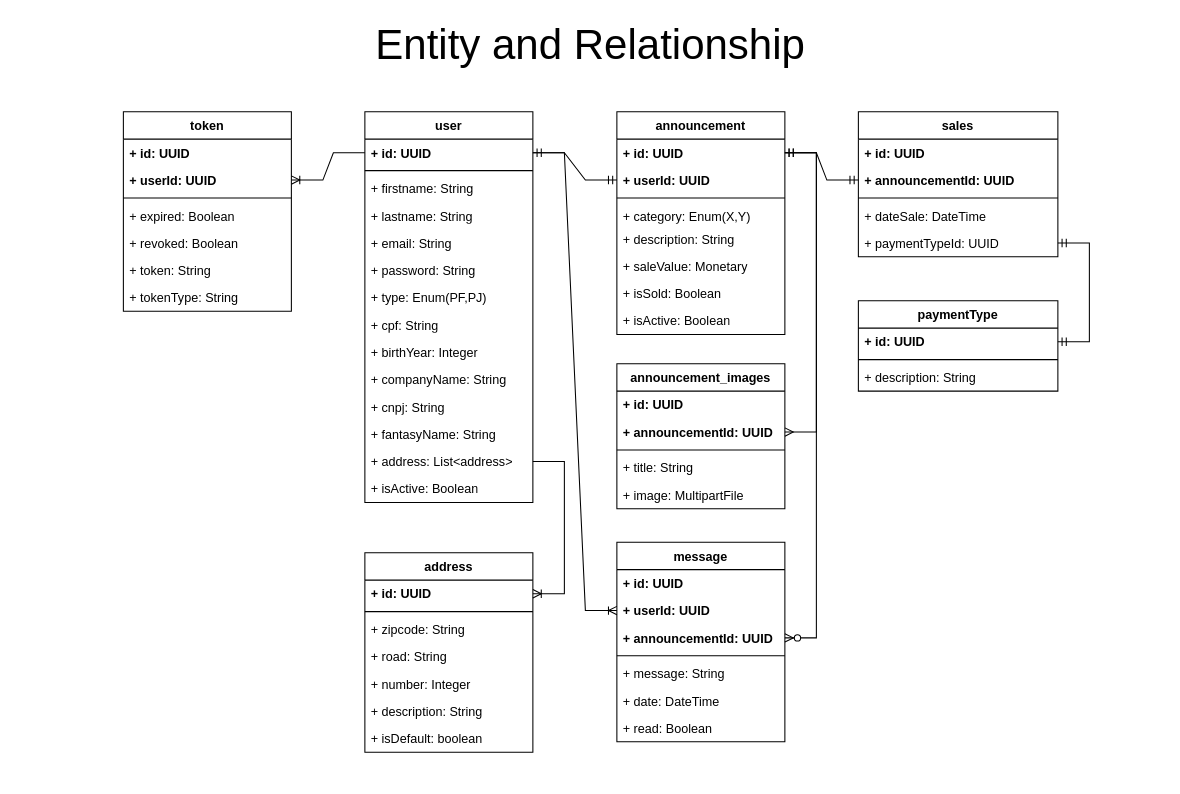
rhdesouza/MinasMarket keeps this draw.io diagram as page "Entity And Relationship" (2 of 3) of MinasMarket.drawio. Above is the earlier version. Source tidied: cells renumbered, new cells numbered last; positions are measured from the earlier drawing's top-left corner, leaving out a move shared by most shapes. Both pictures are drawn from the tidied source at 105%, with x=0, y=0 at pixel (18, 27).
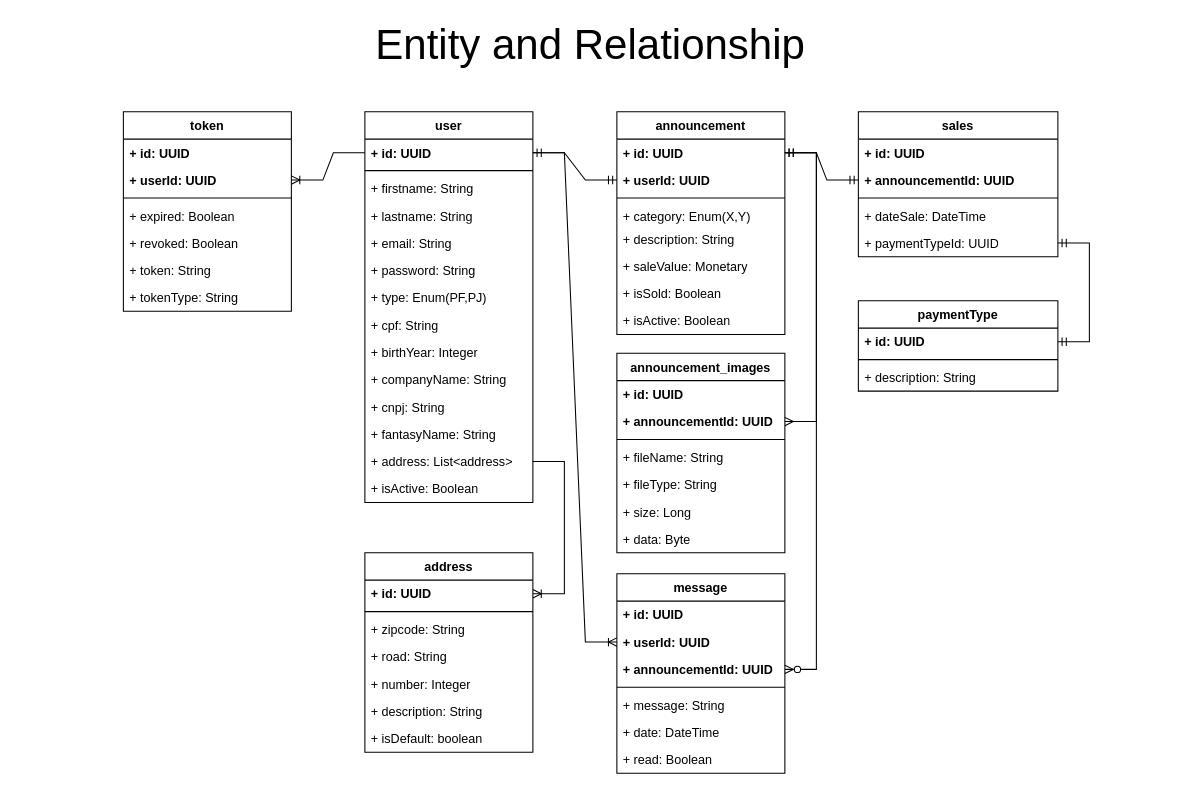
Above is the later version.

What changed in the source:
```diff
@@
     <mxCell id="13" value="message" style="swimlane;fontStyle=1;align=center;verticalAlign=top;horizontal=1;startSize=26;whiteSpace=wrap;html=1;rounded=0;" parent="1" vertex="1">
-      <mxGeometry x="570" y="490" width="160" height="190" as="geometry" />
+      <mxGeometry x="570" y="520" width="160" height="190" as="geometry" />
     </mxCell>
@@
     <mxCell id="69" value="announcement_images" style="swimlane;fontStyle=1;align=center;verticalAlign=top;horizontal=1;startSize=26;whiteSpace=wrap;html=1;rounded=0;" parent="1" vertex="1">
-      <mxGeometry x="570" y="320" width="160" height="138" as="geometry" />
+      <mxGeometry x="570" y="310" width="160" height="190" as="geometry" />
     </mxCell>
@@
-    <mxCell id="73" value="+ title: String" style="text;strokeColor=none;fillColor=none;align=left;verticalAlign=top;spacingLeft=4;spacingRight=4;overflow=hidden;whiteSpace=wrap;html=1;rounded=0;" parent="69" vertex="1">
+    <mxCell id="73" value="+&amp;nbsp;fileName&lt;span style=&quot;background-color: initial;&quot;&gt;: String&lt;/span&gt;" style="text;strokeColor=none;fillColor=none;align=left;verticalAlign=top;spacingLeft=4;spacingRight=4;overflow=hidden;whiteSpace=wrap;html=1;rounded=0;" parent="69" vertex="1">
       <mxGeometry y="86" width="160" height="26" as="geometry" />
     </mxCell>
+    <mxCell id="76" value="+&amp;nbsp;fileType&lt;span style=&quot;background-color: initial;&quot;&gt;: String&lt;/span&gt;" style="text;strokeColor=none;fillColor=none;align=left;verticalAlign=top;spacingLeft=4;spacingRight=4;overflow=hidden;whiteSpace=wrap;html=1;rounded=0;" parent="69" vertex="1">
+      <mxGeometry y="112" width="160" height="26" as="geometry" />
+    </mxCell>
+    <mxCell id="77" value="+ size&lt;span style=&quot;background-color: initial;&quot;&gt;: Long&lt;/span&gt;" style="text;strokeColor=none;fillColor=none;align=left;verticalAlign=top;spacingLeft=4;spacingRight=4;overflow=hidden;whiteSpace=wrap;html=1;rounded=0;" parent="69" vertex="1">
+      <mxGeometry y="138" width="160" height="26" as="geometry" />
+    </mxCell>
-    <mxCell id="74" value="+ image: MultipartFile" style="text;strokeColor=none;fillColor=none;align=left;verticalAlign=top;spacingLeft=4;spacingRight=4;overflow=hidden;whiteSpace=wrap;html=1;rounded=0;" parent="69" vertex="1">
-      <mxGeometry y="112" width="160" height="26" as="geometry" />
+    <mxCell id="74" value="+&amp;nbsp;data&lt;span style=&quot;background-color: initial;&quot;&gt;: Byte&lt;/span&gt;" style="text;strokeColor=none;fillColor=none;align=left;verticalAlign=top;spacingLeft=4;spacingRight=4;overflow=hidden;whiteSpace=wrap;html=1;rounded=0;" parent="69" vertex="1">
+      <mxGeometry y="164" width="160" height="26" as="geometry" />
     </mxCell>
```
